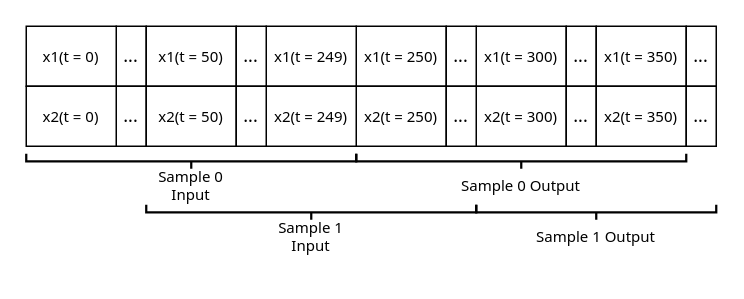
This is plots/two_samples.drawio from visserle/two-hearts, a draw.io file, before an edit. Source tidied: cells renumbered, new cells numbered last; positions are measured from the earlier drawing's top-left corner, leaving out a move shared by most shapes. Both pictures are drawn from the tidied source at 150%, with x=0, y=0 at pixel (26, -4).
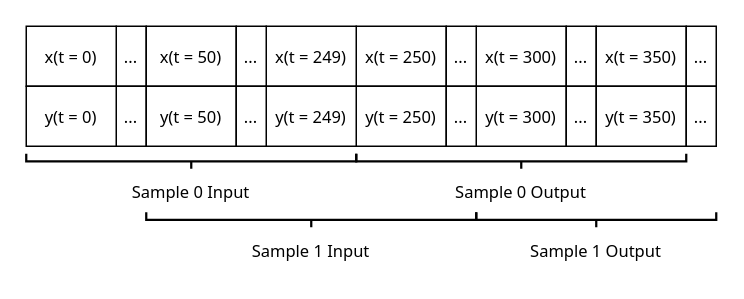
The same diagram, later.

The edit, as a diff of the source:
```diff
@@
-    <mxCell id="2" value="&lt;font style=&quot;font-size: 10px&quot;&gt;x1(t = 300)&lt;/font&gt;" style="rounded=0;whiteSpace=wrap;html=1;fontFamily=Tahoma;" parent="1" vertex="1">
+    <mxCell id="2" value="&lt;font style=&quot;font-size: 11px;&quot;&gt;x(t = 300)&lt;/font&gt;" style="rounded=0;whiteSpace=wrap;html=1;fontFamily=Tahoma;fontSize=11;" parent="1" vertex="1">
       <mxGeometry x="300" y="20" width="60" height="40" as="geometry" />
     </mxCell>
-    <mxCell id="3" value="&lt;font style=&quot;font-size: 10px&quot;&gt;x1(t = 250)&lt;/font&gt;" style="rounded=0;whiteSpace=wrap;html=1;fontFamily=Tahoma;" parent="1" vertex="1">
+    <mxCell id="3" value="&lt;font style=&quot;font-size: 11px;&quot;&gt;x(t = 250)&lt;/font&gt;" style="rounded=0;whiteSpace=wrap;html=1;fontFamily=Tahoma;fontSize=11;" parent="1" vertex="1">
       <mxGeometry x="220" y="20" width="60" height="40" as="geometry" />
     </mxCell>
-    <mxCell id="4" value="..." style="rounded=0;whiteSpace=wrap;html=1;fontFamily=Tahoma;" parent="1" vertex="1">
+    <mxCell id="4" value="..." style="rounded=0;whiteSpace=wrap;html=1;fontFamily=Tahoma;fontSize=11;" parent="1" vertex="1">
       <mxGeometry x="280" y="20" width="20" height="40" as="geometry" />
     </mxCell>
-    <mxCell id="5" value="..." style="rounded=0;whiteSpace=wrap;html=1;fontFamily=Tahoma;" parent="1" vertex="1">
+    <mxCell id="5" value="..." style="rounded=0;whiteSpace=wrap;html=1;fontFamily=Tahoma;fontSize=11;" parent="1" vertex="1">
       <mxGeometry x="60" y="20" width="20" height="40" as="geometry" />
     </mxCell>
-    <mxCell id="6" value="&lt;font style=&quot;font-size: 10px&quot;&gt;x1(t = 249)&lt;/font&gt;" style="rounded=0;whiteSpace=wrap;html=1;fontFamily=Tahoma;" parent="1" vertex="1">
+    <mxCell id="6" value="&lt;font style=&quot;font-size: 11px;&quot;&gt;x(t = 249)&lt;/font&gt;" style="rounded=0;whiteSpace=wrap;html=1;fontFamily=Tahoma;fontSize=11;" parent="1" vertex="1">
       <mxGeometry x="160" y="20" width="60" height="40" as="geometry" />
     </mxCell>
-    <mxCell id="7" value="&lt;font style=&quot;font-size: 10px&quot;&gt;x1(t = 50)&lt;/font&gt;" style="rounded=0;whiteSpace=wrap;html=1;fontFamily=Tahoma;" parent="1" vertex="1">
+    <mxCell id="7" value="&lt;font style=&quot;font-size: 11px;&quot;&gt;x(t = 50)&lt;/font&gt;" style="rounded=0;whiteSpace=wrap;html=1;fontFamily=Tahoma;fontSize=11;" parent="1" vertex="1">
       <mxGeometry x="80" y="20" width="60" height="40" as="geometry" />
     </mxCell>
-    <mxCell id="8" value="&lt;font style=&quot;font-size: 10px&quot;&gt;x1(t = 0)&lt;/font&gt;" style="rounded=0;whiteSpace=wrap;html=1;fontFamily=Tahoma;" parent="1" vertex="1">
+    <mxCell id="8" value="&lt;font style=&quot;font-size: 11px;&quot;&gt;x(t = 0)&lt;/font&gt;" style="rounded=0;whiteSpace=wrap;html=1;fontFamily=Tahoma;fontSize=11;" parent="1" vertex="1">
       <mxGeometry y="20" width="60" height="40" as="geometry" />
     </mxCell>
-    <mxCell id="9" value="..." style="rounded=0;whiteSpace=wrap;html=1;fontFamily=Tahoma;" parent="1" vertex="1">
+    <mxCell id="9" value="..." style="rounded=0;whiteSpace=wrap;html=1;fontFamily=Tahoma;fontSize=11;" parent="1" vertex="1">
       <mxGeometry x="360" y="20" width="20" height="40" as="geometry" />
     </mxCell>
-    <mxCell id="10" value="&lt;font style=&quot;font-size: 10px&quot;&gt;x1(t = 350)&lt;/font&gt;" style="rounded=0;whiteSpace=wrap;html=1;fontFamily=Tahoma;" parent="1" vertex="1">
+    <mxCell id="10" value="&lt;font style=&quot;font-size: 11px;&quot;&gt;x(t = 350)&lt;/font&gt;" style="rounded=0;whiteSpace=wrap;html=1;fontFamily=Tahoma;fontSize=11;" parent="1" vertex="1">
       <mxGeometry x="380" y="20" width="60" height="40" as="geometry" />
     </mxCell>
-    <mxCell id="11" value="..." style="rounded=0;whiteSpace=wrap;html=1;fontFamily=Tahoma;" parent="1" vertex="1">
+    <mxCell id="11" value="..." style="rounded=0;whiteSpace=wrap;html=1;fontFamily=Tahoma;fontSize=11;" parent="1" vertex="1">
       <mxGeometry x="440" y="20" width="20" height="40" as="geometry" />
     </mxCell>
-    <mxCell id="12" value="..." style="rounded=0;whiteSpace=wrap;html=1;fontFamily=Tahoma;" parent="1" vertex="1">
+    <mxCell id="12" value="..." style="rounded=0;whiteSpace=wrap;html=1;fontFamily=Tahoma;fontSize=11;" parent="1" vertex="1">
       <mxGeometry x="140" y="20" width="20" height="40" as="geometry" />
     </mxCell>
-    <mxCell id="13" value="&lt;font style=&quot;font-size: 10px&quot;&gt;x2(t = 300)&lt;/font&gt;" style="rounded=0;whiteSpace=wrap;html=1;fontFamily=Tahoma;" parent="1" vertex="1">
+    <mxCell id="13" value="y&lt;font style=&quot;font-size: 11px;&quot;&gt;(t = 300)&lt;/font&gt;" style="rounded=0;whiteSpace=wrap;html=1;fontFamily=Tahoma;fontSize=11;" parent="1" vertex="1">
       <mxGeometry x="300" y="60" width="60" height="40" as="geometry" />
     </mxCell>
-    <mxCell id="14" value="&lt;font style=&quot;font-size: 10px&quot;&gt;x2(t = 250)&lt;/font&gt;" style="rounded=0;whiteSpace=wrap;html=1;fontFamily=Tahoma;" parent="1" vertex="1">
+    <mxCell id="14" value="y&lt;font style=&quot;font-size: 11px;&quot;&gt;(t = 250)&lt;/font&gt;" style="rounded=0;whiteSpace=wrap;html=1;fontFamily=Tahoma;fontSize=11;" parent="1" vertex="1">
       <mxGeometry x="220" y="60" width="60" height="40" as="geometry" />
     </mxCell>
-    <mxCell id="15" value="..." style="rounded=0;whiteSpace=wrap;html=1;fontFamily=Tahoma;" parent="1" vertex="1">
+    <mxCell id="15" value="..." style="rounded=0;whiteSpace=wrap;html=1;fontFamily=Tahoma;fontSize=11;" parent="1" vertex="1">
       <mxGeometry x="280" y="60" width="20" height="40" as="geometry" />
     </mxCell>
-    <mxCell id="16" value="..." style="rounded=0;whiteSpace=wrap;html=1;fontFamily=Tahoma;" parent="1" vertex="1">
+    <mxCell id="16" value="..." style="rounded=0;whiteSpace=wrap;html=1;fontFamily=Tahoma;fontSize=11;" parent="1" vertex="1">
       <mxGeometry x="60" y="60" width="20" height="40" as="geometry" />
     </mxCell>
-    <mxCell id="17" value="&lt;font style=&quot;font-size: 10px&quot;&gt;x2(t = 249)&lt;/font&gt;" style="rounded=0;whiteSpace=wrap;html=1;fontFamily=Tahoma;" parent="1" vertex="1">
+    <mxCell id="17" value="y&lt;font style=&quot;font-size: 11px;&quot;&gt;(t = 249)&lt;/font&gt;" style="rounded=0;whiteSpace=wrap;html=1;fontFamily=Tahoma;fontSize=11;" parent="1" vertex="1">
       <mxGeometry x="160" y="60" width="60" height="40" as="geometry" />
     </mxCell>
-    <mxCell id="18" value="&lt;font style=&quot;font-size: 10px&quot;&gt;x2(t = 50)&lt;/font&gt;" style="rounded=0;whiteSpace=wrap;html=1;fontFamily=Tahoma;" parent="1" vertex="1">
+    <mxCell id="18" value="y&lt;font style=&quot;font-size: 11px;&quot;&gt;(t = 50)&lt;/font&gt;" style="rounded=0;whiteSpace=wrap;html=1;fontFamily=Tahoma;fontSize=11;" parent="1" vertex="1">
       <mxGeometry x="80" y="60" width="60" height="40" as="geometry" />
     </mxCell>
-    <mxCell id="19" value="&lt;font style=&quot;font-size: 10px&quot;&gt;x2(t = 0)&lt;/font&gt;" style="rounded=0;whiteSpace=wrap;html=1;fontFamily=Tahoma;" parent="1" vertex="1">
+    <mxCell id="19" value="y&lt;font style=&quot;font-size: 11px;&quot;&gt;(t = 0)&lt;/font&gt;" style="rounded=0;whiteSpace=wrap;html=1;fontFamily=Tahoma;fontSize=11;" parent="1" vertex="1">
       <mxGeometry y="60" width="60" height="40" as="geometry" />
     </mxCell>
-    <mxCell id="20" value="..." style="rounded=0;whiteSpace=wrap;html=1;fontFamily=Tahoma;" parent="1" vertex="1">
+    <mxCell id="20" value="..." style="rounded=0;whiteSpace=wrap;html=1;fontFamily=Tahoma;fontSize=11;" parent="1" vertex="1">
       <mxGeometry x="360" y="60" width="20" height="40" as="geometry" />
     </mxCell>
-    <mxCell id="21" value="&lt;font style=&quot;font-size: 10px&quot;&gt;x2(t = 350)&lt;/font&gt;" style="rounded=0;whiteSpace=wrap;html=1;fontFamily=Tahoma;" parent="1" vertex="1">
+    <mxCell id="21" value="y&lt;font style=&quot;font-size: 11px;&quot;&gt;(t = 350)&lt;/font&gt;" style="rounded=0;whiteSpace=wrap;html=1;fontFamily=Tahoma;fontSize=11;" parent="1" vertex="1">
       <mxGeometry x="380" y="60" width="60" height="40" as="geometry" />
     </mxCell>
-    <mxCell id="22" value="..." style="rounded=0;whiteSpace=wrap;html=1;fontFamily=Tahoma;" parent="1" vertex="1">
+    <mxCell id="22" value="..." style="rounded=0;whiteSpace=wrap;html=1;fontFamily=Tahoma;fontSize=11;" parent="1" vertex="1">
       <mxGeometry x="440" y="60" width="20" height="40" as="geometry" />
     </mxCell>
-    <mxCell id="23" value="..." style="rounded=0;whiteSpace=wrap;html=1;fontFamily=Tahoma;" parent="1" vertex="1">
+    <mxCell id="23" value="..." style="rounded=0;whiteSpace=wrap;html=1;fontFamily=Tahoma;fontSize=11;" parent="1" vertex="1">
       <mxGeometry x="140" y="60" width="20" height="40" as="geometry" />
     </mxCell>
-    <mxCell id="24" style="strokeWidth=1.5;html=1;shape=mxgraph.flowchart.annotation_2;align=left;labelPosition=right;fontSize=10;rotation=-90;fontFamily=Tahoma;" parent="1" vertex="1">
+    <mxCell id="24" style="strokeWidth=1.5;html=1;shape=mxgraph.flowchart.annotation_2;align=left;labelPosition=right;fontSize=11;rotation=-90;fontFamily=Tahoma;" parent="1" vertex="1">
       <mxGeometry x="105" width="10" height="220" as="geometry" />
     </mxCell>
-    <mxCell id="25" value="Sample 0 Input" style="text;html=1;strokeColor=none;fillColor=none;align=center;verticalAlign=middle;whiteSpace=wrap;rounded=0;fontSize=10;fontFamily=Tahoma;" parent="1" vertex="1">
-      <mxGeometry x="74.1" y="110" width="71.9" height="30" as="geometry" />
+    <mxCell id="25" value="Sample 0 Input" style="text;html=1;strokeColor=none;fillColor=none;align=center;verticalAlign=middle;whiteSpace=wrap;rounded=0;fontSize=11;fontFamily=Tahoma;" parent="1" vertex="1">
+      <mxGeometry x="57" y="115" width="105.9" height="30" as="geometry" />
     </mxCell>
-    <mxCell id="26" value="Sample 0 Output" style="text;html=1;strokeColor=none;fillColor=none;align=center;verticalAlign=middle;whiteSpace=wrap;rounded=0;fontSize=10;fontFamily=Tahoma;" parent="1" vertex="1">
-      <mxGeometry x="280" y="110" width="100" height="30" as="geometry" />
+    <mxCell id="26" value="Sample 0 Output" style="text;html=1;strokeColor=none;fillColor=none;align=center;verticalAlign=middle;whiteSpace=wrap;rounded=0;fontSize=11;fontFamily=Tahoma;" parent="1" vertex="1">
+      <mxGeometry x="280" y="115" width="100" height="30" as="geometry" />
     </mxCell>
-    <mxCell id="27" value="Sample 1 Input" style="text;html=1;strokeColor=none;fillColor=none;align=center;verticalAlign=middle;whiteSpace=wrap;rounded=0;fontSize=10;fontFamily=Tahoma;" parent="1" vertex="1">
-      <mxGeometry x="154.1" y="144" width="71.9" height="30" as="geometry" />
+    <mxCell id="27" value="Sample 1 Input" style="text;html=1;strokeColor=none;fillColor=none;align=center;verticalAlign=middle;whiteSpace=wrap;rounded=0;fontSize=11;fontFamily=Tahoma;" parent="1" vertex="1">
+      <mxGeometry x="136" y="154" width="108" height="30" as="geometry" />
     </mxCell>
-    <mxCell id="28" value="Sample 1 Output" style="text;html=1;strokeColor=none;fillColor=none;align=center;verticalAlign=middle;whiteSpace=wrap;rounded=0;fontSize=10;fontFamily=Tahoma;" parent="1" vertex="1">
-      <mxGeometry x="330" y="144" width="100" height="30" as="geometry" />
+    <mxCell id="28" value="Sample 1 Output" style="text;html=1;strokeColor=none;fillColor=none;align=center;verticalAlign=middle;whiteSpace=wrap;rounded=0;fontSize=11;fontFamily=Tahoma;" parent="1" vertex="1">
+      <mxGeometry x="330" y="154" width="100" height="30" as="geometry" />
     </mxCell>
-    <mxCell id="29" style="strokeWidth=1.5;html=1;shape=mxgraph.flowchart.annotation_2;align=left;labelPosition=right;fontSize=10;rotation=-90;fontFamily=Tahoma;" parent="1" vertex="1">
-      <mxGeometry x="185" y="34" width="10" height="220" as="geometry" />
+    <mxCell id="29" style="strokeWidth=1.5;html=1;shape=mxgraph.flowchart.annotation_2;align=left;labelPosition=right;fontSize=11;rotation=-90;fontFamily=Tahoma;" parent="1" vertex="1">
+      <mxGeometry x="185" y="39" width="10" height="220" as="geometry" />
     </mxCell>
-    <mxCell id="30" style="strokeWidth=1.5;html=1;shape=mxgraph.flowchart.annotation_2;align=left;labelPosition=right;fontSize=10;rotation=-90;fontFamily=Tahoma;" parent="1" vertex="1">
+    <mxCell id="30" style="strokeWidth=1.5;html=1;shape=mxgraph.flowchart.annotation_2;align=left;labelPosition=right;fontSize=11;rotation=-90;fontFamily=Tahoma;" parent="1" vertex="1">
       <mxGeometry x="325" width="10" height="220" as="geometry" />
     </mxCell>
-    <mxCell id="31" style="strokeWidth=1.5;html=1;shape=mxgraph.flowchart.annotation_2;align=left;labelPosition=right;fontSize=10;rotation=-90;fontFamily=Tahoma;" parent="1" vertex="1">
-      <mxGeometry x="375" y="64" width="10" height="160" as="geometry" />
+    <mxCell id="31" style="strokeWidth=1.5;html=1;shape=mxgraph.flowchart.annotation_2;align=left;labelPosition=right;fontSize=11;rotation=-90;fontFamily=Tahoma;" parent="1" vertex="1">
+      <mxGeometry x="375" y="69" width="10" height="160" as="geometry" />
     </mxCell>
```
